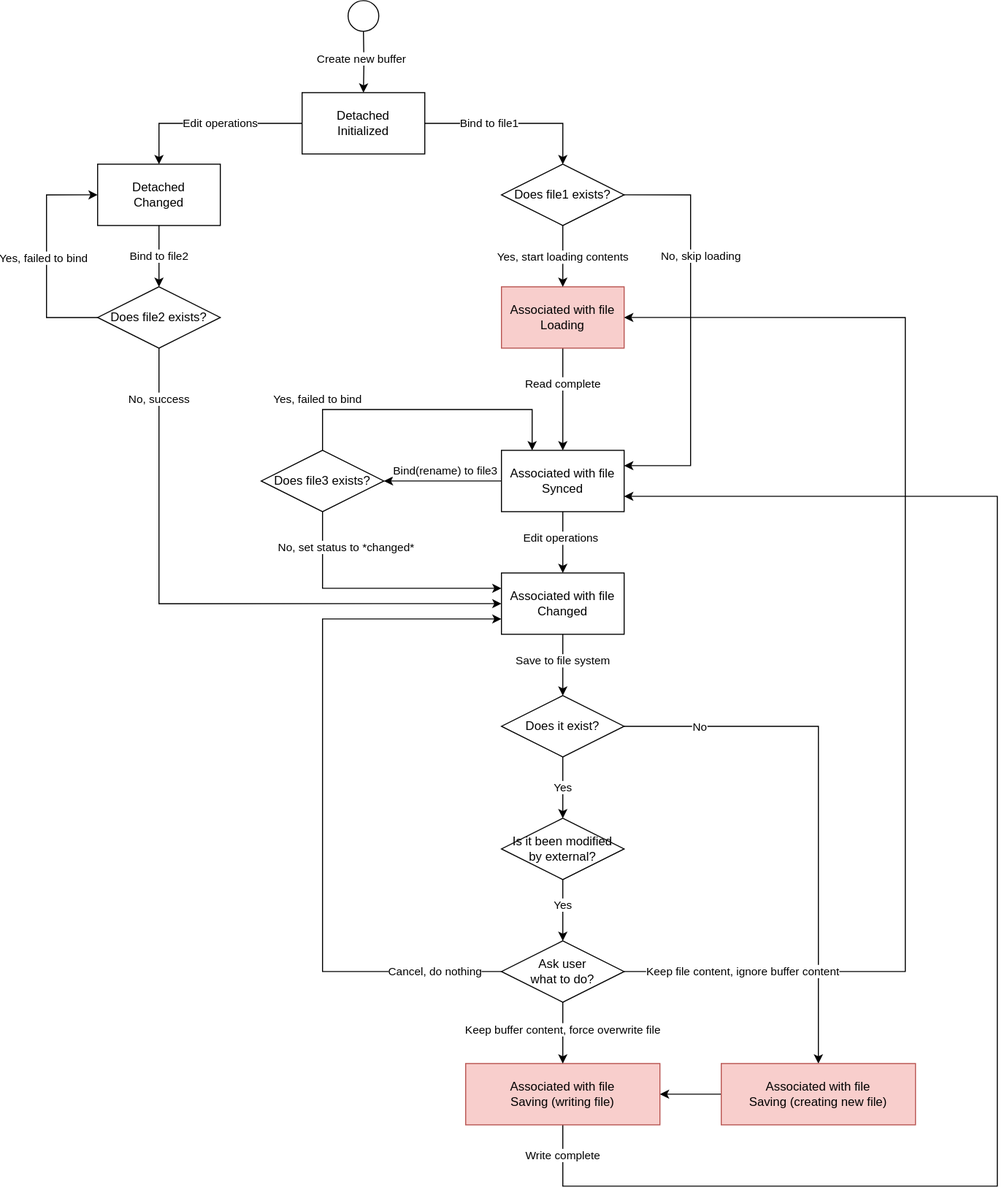
rsvim/rfc keeps this draw.io diagram as images/4-WindowsAndBuffers-1-FileBuffer.1.drawio.svg. Above is the earlier version. Source tidied: cells renumbered, new cells last; positions are measured from the earlier drawing's top-left corner, leaving out a move shared by most shapes.
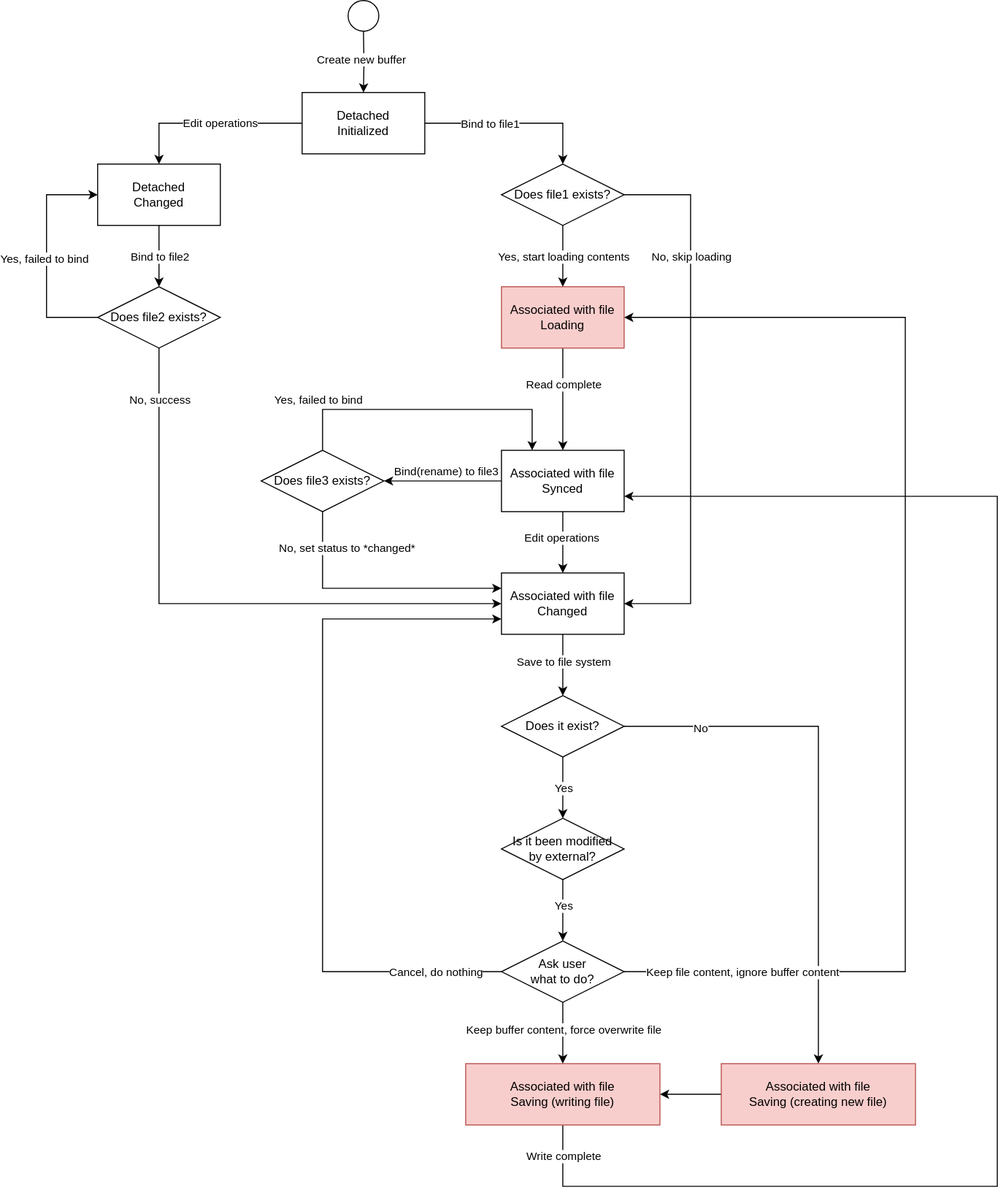
After the commit.

Commit message:
Update file buffer status (#26)

What changed in the source:
```diff
@@ -107,17 +107,17 @@
         <mxPoint x="-1" y="4" as="offset" />
       </mxGeometry>
     </mxCell>
-    <mxCell id="28" style="edgeStyle=orthogonalEdgeStyle;rounded=0;jettySize=auto;html=1;entryX=1;entryY=0.25;entryDx=0;entryDy=0;exitX=1;exitY=0.5;exitDx=0;exitDy=0;" parent="1" edge="1" source="30" target="16">
+    <mxCell id="28" style="edgeStyle=orthogonalEdgeStyle;rounded=0;jettySize=auto;html=1;entryX=1;entryY=0.5;entryDx=0;entryDy=0;exitX=1;exitY=0.5;exitDx=0;exitDy=0;" parent="1" edge="1" source="30" target="17">
       <mxGeometry relative="1" as="geometry">
         <Array as="points">
           <mxPoint x="630" y="190" />
-          <mxPoint x="630" y="455" />
+          <mxPoint x="630" y="590" />
         </Array>
       </mxGeometry>
     </mxCell>
     <mxCell id="29" value="No, skip loading" style="edgeLabel;html=1;align=center;verticalAlign=middle;" parent="28" vertex="1">
       <mxGeometry x="-0.01" y="-1" relative="1" as="geometry">
-        <mxPoint x="11" y="-71" as="offset" />
+        <mxPoint x="1" y="-138" as="offset" />
       </mxGeometry>
     </mxCell>
     <mxCell id="30" value="Does file1 exists?" style="rhombus;whiteSpace=wrap;html=1;" parent="1" vertex="1">
```
